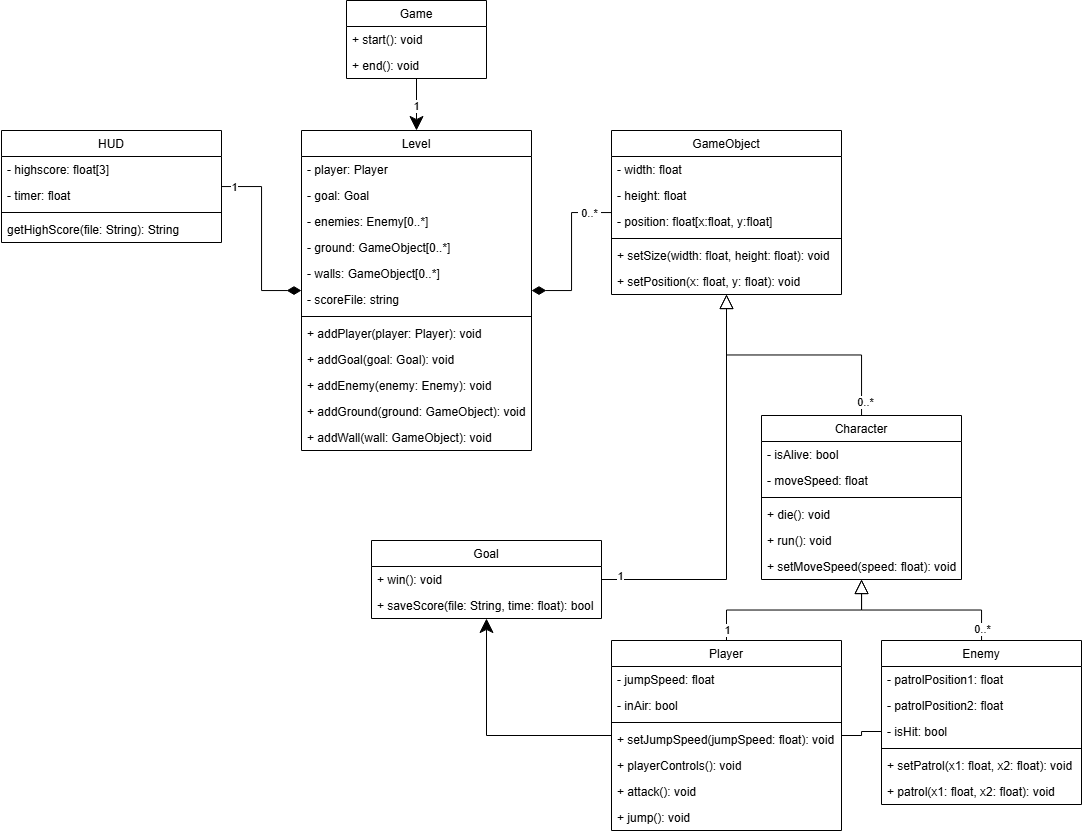
OscarLarm/sfml-platformer keeps this draw.io diagram as class-diagram.drawio.png. Above is the earlier version. Source tidied: cells renumbered, new cells last; positions are measured from the earlier drawing's top-left corner, leaving out a move shared by most shapes.
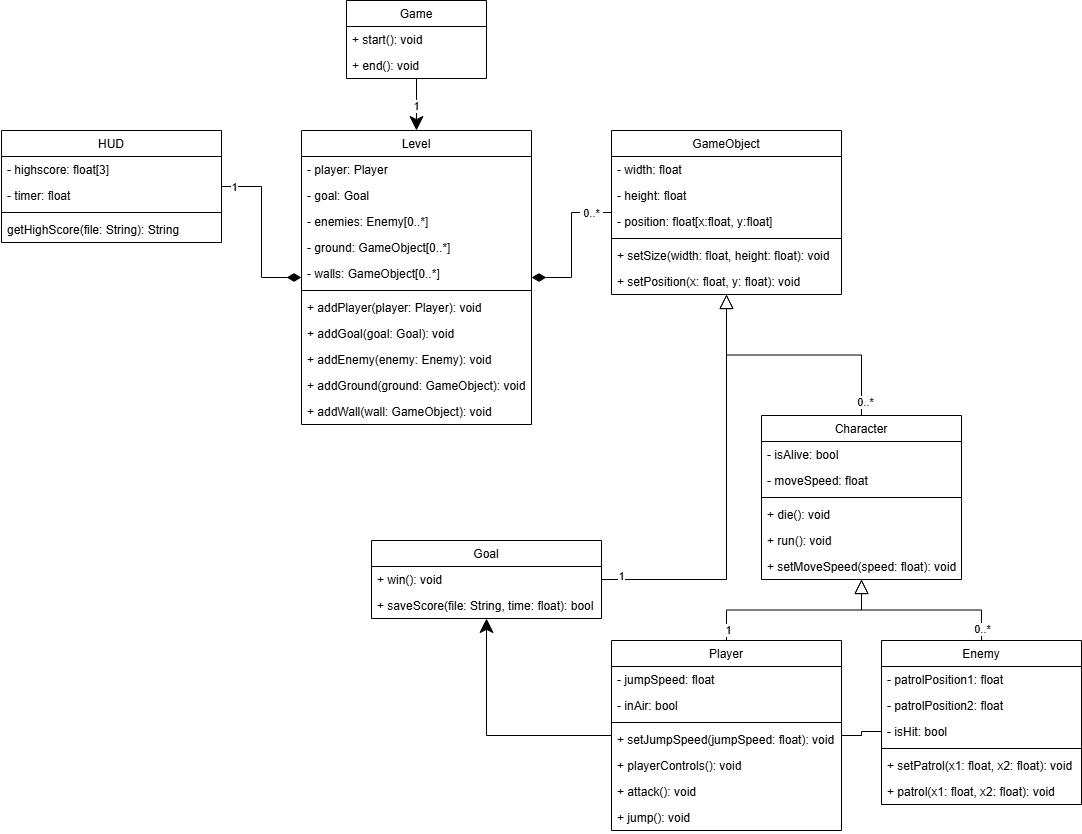
The same diagram one commit later.

The edit, as a diff of the source:
```diff
@@ -20,7 +20,7 @@
       <mxGeometry y="52" width="140" height="26" as="geometry" />
     </mxCell>
     <mxCell id="7" value="Level" style="swimlane;fontStyle=0;horizontal=1;startSize=26;fillColor=none;" parent="1" vertex="1">
-      <mxGeometry x="300" y="130" width="230" height="320" as="geometry" />
+      <mxGeometry x="300" y="130" width="230" height="294" as="geometry" />
     </mxCell>
     <mxCell id="8" value="- player: Player" style="text;strokeColor=none;fillColor=none;align=left;verticalAlign=top;spacingLeft=4;spacingRight=4;overflow=hidden;strokeWidth=2;" parent="7" vertex="1">
       <mxGeometry y="26" width="230" height="26" as="geometry" />
@@ -37,26 +37,23 @@
     <mxCell id="12" value="- walls: GameObject[0..*]" style="text;strokeColor=none;fillColor=none;align=left;verticalAlign=top;spacingLeft=4;spacingRight=4;overflow=hidden;strokeWidth=2;" parent="7" vertex="1">
       <mxGeometry y="130" width="230" height="26" as="geometry" />
     </mxCell>
-    <mxCell id="13" value="- scoreFile: string" style="text;strokeColor=none;fillColor=none;align=left;verticalAlign=top;spacingLeft=4;spacingRight=4;overflow=hidden;fontSize=12;" parent="7" vertex="1">
-      <mxGeometry y="156" width="230" height="26" as="geometry" />
-    </mxCell>
     <mxCell id="14" style="line;strokeWidth=1;fillColor=none;align=left;verticalAlign=middle;spacingTop=-1;spacingLeft=3;spacingRight=3;labelPosition=right;strokeColor=inherit;" parent="7" vertex="1">
-      <mxGeometry y="182" width="230" height="8" as="geometry" />
+      <mxGeometry y="156" width="230" height="8" as="geometry" />
     </mxCell>
     <mxCell id="15" value="+ addPlayer(player: Player): void" style="text;strokeColor=none;fillColor=none;align=left;verticalAlign=top;spacingLeft=4;spacingRight=4;overflow=hidden;strokeWidth=2;" parent="7" vertex="1">
-      <mxGeometry y="190" width="230" height="26" as="geometry" />
+      <mxGeometry y="164" width="230" height="26" as="geometry" />
     </mxCell>
     <mxCell id="16" value="+ addGoal(goal: Goal): void" style="text;strokeColor=none;fillColor=none;align=left;verticalAlign=top;spacingLeft=4;spacingRight=4;overflow=hidden;strokeWidth=2;" parent="7" vertex="1">
-      <mxGeometry y="216" width="230" height="26" as="geometry" />
+      <mxGeometry y="190" width="230" height="26" as="geometry" />
     </mxCell>
     <mxCell id="17" value="+ addEnemy(enemy: Enemy): void" style="text;strokeColor=none;fillColor=none;align=left;verticalAlign=top;spacingLeft=4;spacingRight=4;overflow=hidden;strokeWidth=2;" parent="7" vertex="1">
-      <mxGeometry y="242" width="230" height="26" as="geometry" />
+      <mxGeometry y="216" width="230" height="26" as="geometry" />
     </mxCell>
     <mxCell id="18" value="+ addGround(ground: GameObject): void" style="text;strokeColor=none;fillColor=none;align=left;verticalAlign=top;spacingLeft=4;spacingRight=4;overflow=hidden;strokeWidth=2;" parent="7" vertex="1">
-      <mxGeometry y="268" width="230" height="26" as="geometry" />
+      <mxGeometry y="242" width="230" height="26" as="geometry" />
     </mxCell>
     <mxCell id="19" value="+ addWall(wall: GameObject): void" style="text;strokeColor=none;fillColor=none;align=left;verticalAlign=top;spacingLeft=4;spacingRight=4;overflow=hidden;strokeWidth=2;" parent="7" vertex="1">
-      <mxGeometry y="294" width="230" height="26" as="geometry" />
+      <mxGeometry y="268" width="230" height="26" as="geometry" />
     </mxCell>
     <mxCell id="20" style="edgeStyle=orthogonalEdgeStyle;rounded=0;html=1;strokeWidth=1;endArrow=diamondThin;endFill=1;endSize=12;" parent="1" edge="1" source="22" target="7">
       <mxGeometry relative="1" as="geometry" />
```
